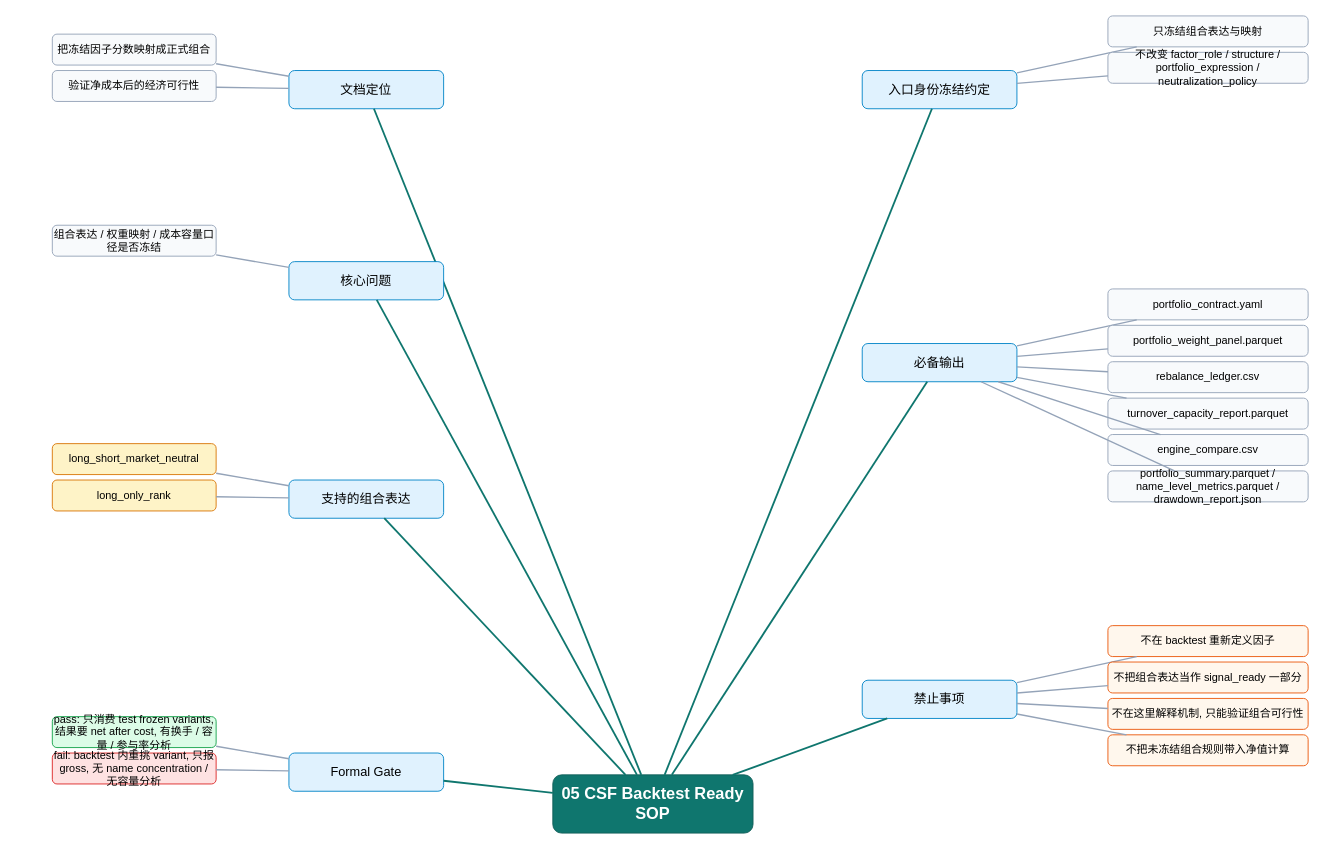
web3qt/quant-research-os keeps this draw.io diagram as docs/main-flow-sop/drawio/factor-sop-drawio/05_csf_backtest_ready_sop_cn.drawio. Above is the earlier version. Source tidied: cells renumbered, new cells numbered last; positions are measured from the earlier drawing's top-left corner, leaving out a move shared by most shapes. Both pictures are drawn from the tidied source at 91%, with x=0, y=0 at pixel (52, 15).
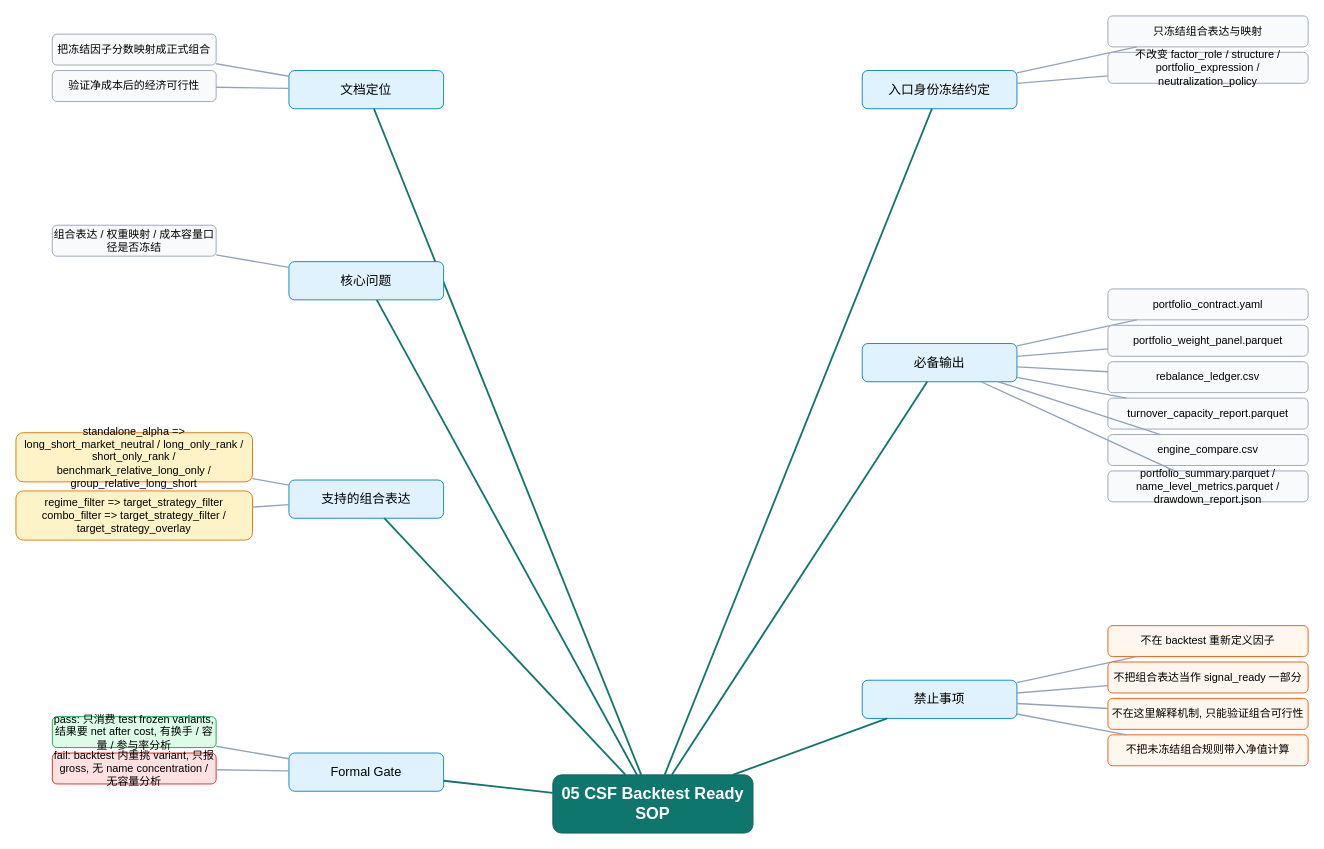
The same page after the edit.

Change to the diagram source:
```diff
@@
-    <mxCell id="15" value="long_short_market_neutral" style="rounded=1;whiteSpace=wrap;html=1;fillColor=#FEF3C7;strokeColor=#D97706;fontSize=12;" parent="1" vertex="1">
-      <mxGeometry y="470" width="180" height="34" as="geometry" />
+    <mxCell id="15" value="standalone_alpha =&gt; long_short_market_neutral / long_only_rank / short_only_rank / benchmark_relative_long_only / group_relative_long_short" style="rounded=1;whiteSpace=wrap;html=1;fillColor=#FEF3C7;strokeColor=#D97706;fontSize=12;" parent="1" vertex="1">
+      <mxGeometry x="-40" y="458" width="260" height="54" as="geometry" />
     </mxCell>
@@
-    <mxCell id="17" value="long_only_rank" style="rounded=1;whiteSpace=wrap;html=1;fillColor=#FEF3C7;strokeColor=#D97706;fontSize=12;" parent="1" vertex="1">
-      <mxGeometry y="510" width="180" height="34" as="geometry" />
+    <mxCell id="17" value="regime_filter =&gt; target_strategy_filter&#10;combo_filter =&gt; target_strategy_filter / target_strategy_overlay" style="rounded=1;whiteSpace=wrap;html=1;fillColor=#FEF3C7;strokeColor=#D97706;fontSize=12;" parent="1" vertex="1">
+      <mxGeometry x="-40" y="522" width="260" height="54" as="geometry" />
     </mxCell>
```
